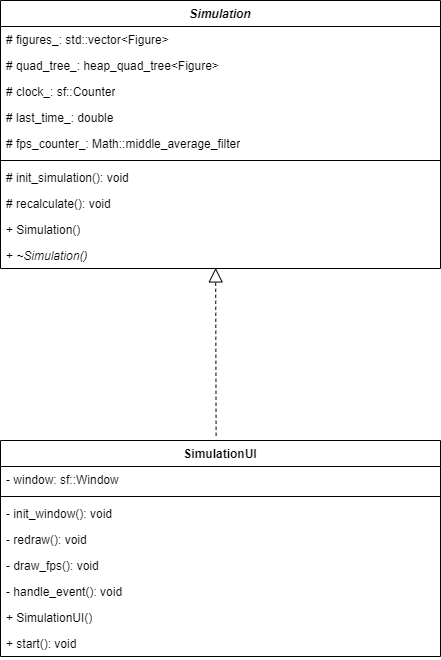
Above: BallCollision/UML/simulation.drawio.png in smirnovlad/CollisionHandler (draw.io), before the change. Source tidied: cells renumbered, new cells last; positions are measured from the earlier drawing's top-left corner, leaving out a move shared by most shapes.
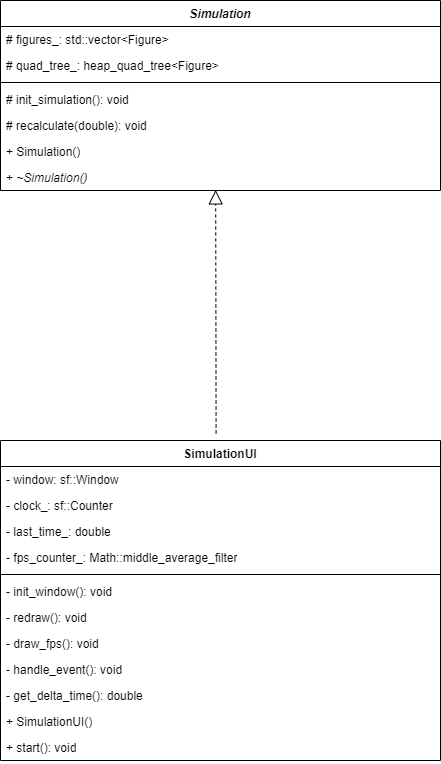
The same file after the commit.

What changed in the source:
```diff
@@ -6,7 +6,7 @@
       <mxGeometry width="440" height="656" as="geometry" />
     </mxCell>
     <mxCell id="3" value="&lt;i&gt;Simulation&lt;/i&gt;" style="swimlane;fontStyle=1;align=center;verticalAlign=top;horizontal=1;startSize=26;whiteSpace=wrap;html=1;" parent="2" vertex="1">
-      <mxGeometry width="440" height="268" as="geometry" />
+      <mxGeometry width="440" height="190" as="geometry" />
     </mxCell>
     <mxCell id="4" value="# figures_: std::vector&amp;lt;Figure&amp;gt;" style="text;strokeColor=none;fillColor=none;align=left;verticalAlign=top;spacingLeft=4;spacingRight=4;overflow=hidden;whiteSpace=wrap;html=1;" parent="3" vertex="1">
       <mxGeometry y="26" width="440" height="26" as="geometry" />
@@ -14,56 +14,59 @@
     <mxCell id="5" value="# quad_tree_: heap_quad_tree&amp;lt;Figure&amp;gt;" style="text;strokeColor=none;fillColor=none;align=left;verticalAlign=top;spacingLeft=4;spacingRight=4;overflow=hidden;whiteSpace=wrap;html=1;" parent="3" vertex="1">
       <mxGeometry y="52" width="440" height="26" as="geometry" />
     </mxCell>
-    <mxCell id="6" value="# clock_: sf::Counter" style="text;strokeColor=none;fillColor=none;align=left;verticalAlign=top;spacingLeft=4;spacingRight=4;overflow=hidden;whiteSpace=wrap;html=1;" parent="3" vertex="1">
-      <mxGeometry y="78" width="440" height="26" as="geometry" />
-    </mxCell>
-    <mxCell id="7" value="# last_time_: double" style="text;strokeColor=none;fillColor=none;align=left;verticalAlign=top;spacingLeft=4;spacingRight=4;overflow=hidden;whiteSpace=wrap;html=1;" parent="3" vertex="1">
-      <mxGeometry y="104" width="440" height="26" as="geometry" />
-    </mxCell>
-    <mxCell id="8" value="# fps_counter_:&amp;nbsp;Math::middle_average_filter" style="text;strokeColor=none;fillColor=none;align=left;verticalAlign=top;spacingLeft=4;spacingRight=4;overflow=hidden;whiteSpace=wrap;html=1;" parent="3" vertex="1">
-      <mxGeometry y="130" width="440" height="26" as="geometry" />
-    </mxCell>
     <mxCell id="9" style="line;strokeWidth=1;fillColor=none;align=left;verticalAlign=middle;spacingTop=-1;spacingLeft=3;spacingRight=3;labelPosition=right;strokeColor=inherit;" parent="3" vertex="1">
-      <mxGeometry y="156" width="440" height="8" as="geometry" />
+      <mxGeometry y="78" width="440" height="8" as="geometry" />
     </mxCell>
     <mxCell id="10" value="# init_simulation(): void" style="text;strokeColor=none;fillColor=none;align=left;verticalAlign=top;spacingLeft=4;spacingRight=4;overflow=hidden;whiteSpace=wrap;html=1;" parent="3" vertex="1">
-      <mxGeometry y="164" width="440" height="26" as="geometry" />
+      <mxGeometry y="86" width="440" height="26" as="geometry" />
     </mxCell>
-    <mxCell id="11" value="# recalculate(): void" style="text;strokeColor=none;fillColor=none;align=left;verticalAlign=top;spacingLeft=4;spacingRight=4;overflow=hidden;whiteSpace=wrap;html=1;" parent="3" vertex="1">
-      <mxGeometry y="190" width="440" height="26" as="geometry" />
+    <mxCell id="11" value="# recalculate(double): void" style="text;strokeColor=none;fillColor=none;align=left;verticalAlign=top;spacingLeft=4;spacingRight=4;overflow=hidden;whiteSpace=wrap;html=1;" parent="3" vertex="1">
+      <mxGeometry y="112" width="440" height="26" as="geometry" />
     </mxCell>
     <mxCell id="12" value="+ Simulation()" style="text;strokeColor=none;fillColor=none;align=left;verticalAlign=top;spacingLeft=4;spacingRight=4;overflow=hidden;whiteSpace=wrap;html=1;" parent="3" vertex="1">
-      <mxGeometry y="216" width="440" height="26" as="geometry" />
+      <mxGeometry y="138" width="440" height="26" as="geometry" />
     </mxCell>
     <mxCell id="13" value="+ &lt;i&gt;~Simulation()&lt;/i&gt;" style="text;strokeColor=none;fillColor=none;align=left;verticalAlign=top;spacingLeft=4;spacingRight=4;overflow=hidden;points=[[0,0.5],[1,0.5]];portConstraint=eastwest;whiteSpace=wrap;html=1;" parent="3" vertex="1">
-      <mxGeometry y="242" width="440" height="26" as="geometry" />
+      <mxGeometry y="164" width="440" height="26" as="geometry" />
     </mxCell>
     <mxCell id="14" value="SimulationUI" style="swimlane;fontStyle=1;align=center;verticalAlign=top;horizontal=1;startSize=26;whiteSpace=wrap;html=1;" parent="2" vertex="1">
-      <mxGeometry y="440" width="440" height="216" as="geometry" />
+      <mxGeometry y="440" width="440" height="320" as="geometry" />
     </mxCell>
     <mxCell id="15" value="- window: sf::Window" style="text;strokeColor=none;fillColor=none;align=left;verticalAlign=top;spacingLeft=4;spacingRight=4;overflow=hidden;whiteSpace=wrap;html=1;" parent="14" vertex="1">
       <mxGeometry y="26" width="440" height="26" as="geometry" />
     </mxCell>
+    <mxCell id="6" value="- clock_: sf::Counter" style="text;strokeColor=none;fillColor=none;align=left;verticalAlign=top;spacingLeft=4;spacingRight=4;overflow=hidden;whiteSpace=wrap;html=1;" parent="14" vertex="1">
+      <mxGeometry y="52" width="440" height="26" as="geometry" />
+    </mxCell>
+    <mxCell id="7" value="- last_time_: double" style="text;strokeColor=none;fillColor=none;align=left;verticalAlign=top;spacingLeft=4;spacingRight=4;overflow=hidden;whiteSpace=wrap;html=1;" parent="14" vertex="1">
+      <mxGeometry y="78" width="440" height="26" as="geometry" />
+    </mxCell>
+    <mxCell id="8" value="- fps_counter_:&amp;nbsp;Math::middle_average_filter" style="text;strokeColor=none;fillColor=none;align=left;verticalAlign=top;spacingLeft=4;spacingRight=4;overflow=hidden;whiteSpace=wrap;html=1;" parent="14" vertex="1">
+      <mxGeometry y="104" width="440" height="26" as="geometry" />
+    </mxCell>
     <mxCell id="16" style="line;strokeWidth=1;fillColor=none;align=left;verticalAlign=middle;spacingTop=-1;spacingLeft=3;spacingRight=3;labelPosition=right;strokeColor=inherit;" parent="14" vertex="1">
-      <mxGeometry y="52" width="440" height="8" as="geometry" />
+      <mxGeometry y="130" width="440" height="8" as="geometry" />
     </mxCell>
     <mxCell id="17" value="- init_window(): void" style="text;strokeColor=none;fillColor=none;align=left;verticalAlign=top;spacingLeft=4;spacingRight=4;overflow=hidden;whiteSpace=wrap;html=1;" parent="14" vertex="1">
-      <mxGeometry y="60" width="440" height="26" as="geometry" />
+      <mxGeometry y="138" width="440" height="26" as="geometry" />
     </mxCell>
     <mxCell id="18" value="- redraw(): void" style="text;strokeColor=none;fillColor=none;align=left;verticalAlign=top;spacingLeft=4;spacingRight=4;overflow=hidden;whiteSpace=wrap;html=1;" parent="14" vertex="1">
-      <mxGeometry y="86" width="440" height="26" as="geometry" />
+      <mxGeometry y="164" width="440" height="26" as="geometry" />
     </mxCell>
     <mxCell id="19" value="- draw_fps(): void" style="text;strokeColor=none;fillColor=none;align=left;verticalAlign=top;spacingLeft=4;spacingRight=4;overflow=hidden;whiteSpace=wrap;html=1;" parent="14" vertex="1">
-      <mxGeometry y="112" width="440" height="26" as="geometry" />
+      <mxGeometry y="190" width="440" height="26" as="geometry" />
     </mxCell>
     <mxCell id="20" value="- handle_event(): void" style="text;strokeColor=none;fillColor=none;align=left;verticalAlign=top;spacingLeft=4;spacingRight=4;overflow=hidden;whiteSpace=wrap;html=1;" parent="14" vertex="1">
-      <mxGeometry y="138" width="440" height="26" as="geometry" />
+      <mxGeometry y="216" width="440" height="26" as="geometry" />
     </mxCell>
+    <mxCell id="24" value="- get_delta_time(): double" style="text;strokeColor=none;fillColor=none;align=left;verticalAlign=top;spacingLeft=4;spacingRight=4;overflow=hidden;whiteSpace=wrap;html=1;" parent="14" vertex="1">
+      <mxGeometry y="242" width="440" height="26" as="geometry" />
+    </mxCell>
     <mxCell id="21" value="+ SimulationUI()" style="text;strokeColor=none;fillColor=none;align=left;verticalAlign=top;spacingLeft=4;spacingRight=4;overflow=hidden;whiteSpace=wrap;html=1;" parent="14" vertex="1">
-      <mxGeometry y="164" width="440" height="26" as="geometry" />
+      <mxGeometry y="268" width="440" height="26" as="geometry" />
     </mxCell>
     <mxCell id="22" value="+ start(): void" style="text;strokeColor=none;fillColor=none;align=left;verticalAlign=top;spacingLeft=4;spacingRight=4;overflow=hidden;whiteSpace=wrap;html=1;" parent="14" vertex="1">
-      <mxGeometry y="190" width="440" height="26" as="geometry" />
+      <mxGeometry y="294" width="440" height="26" as="geometry" />
     </mxCell>
     <mxCell id="23" style="endArrow=block;dashed=1;endFill=0;endSize=12;html=1;rounded=0;exitX=0.49;exitY=-0.022;exitDx=0;exitDy=0;exitPerimeter=0;entryX=0.489;entryY=0.978;entryDx=0;entryDy=0;entryPerimeter=0;" parent="2" edge="1" source="14" target="13">
       <mxGeometry relative="1" as="geometry" />
```
